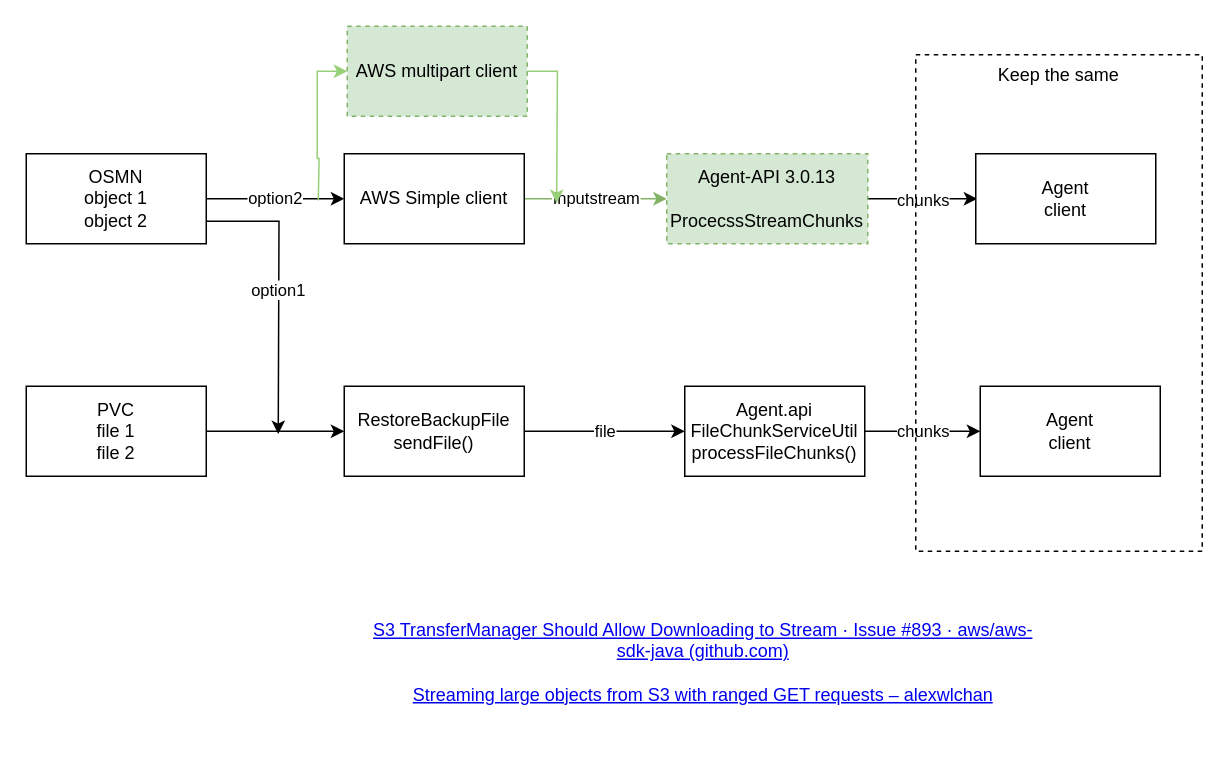
Above: retrive backup demo.drawio in Albert-W/Draw_io (draw.io), before the change. Source tidied: cells renumbered, new cells numbered last; positions are measured from the earlier drawing's top-left corner, leaving out a move shared by most shapes. Both pictures are drawn from the tidied source at 150%, with x=0, y=0 at pixel (26, 26).
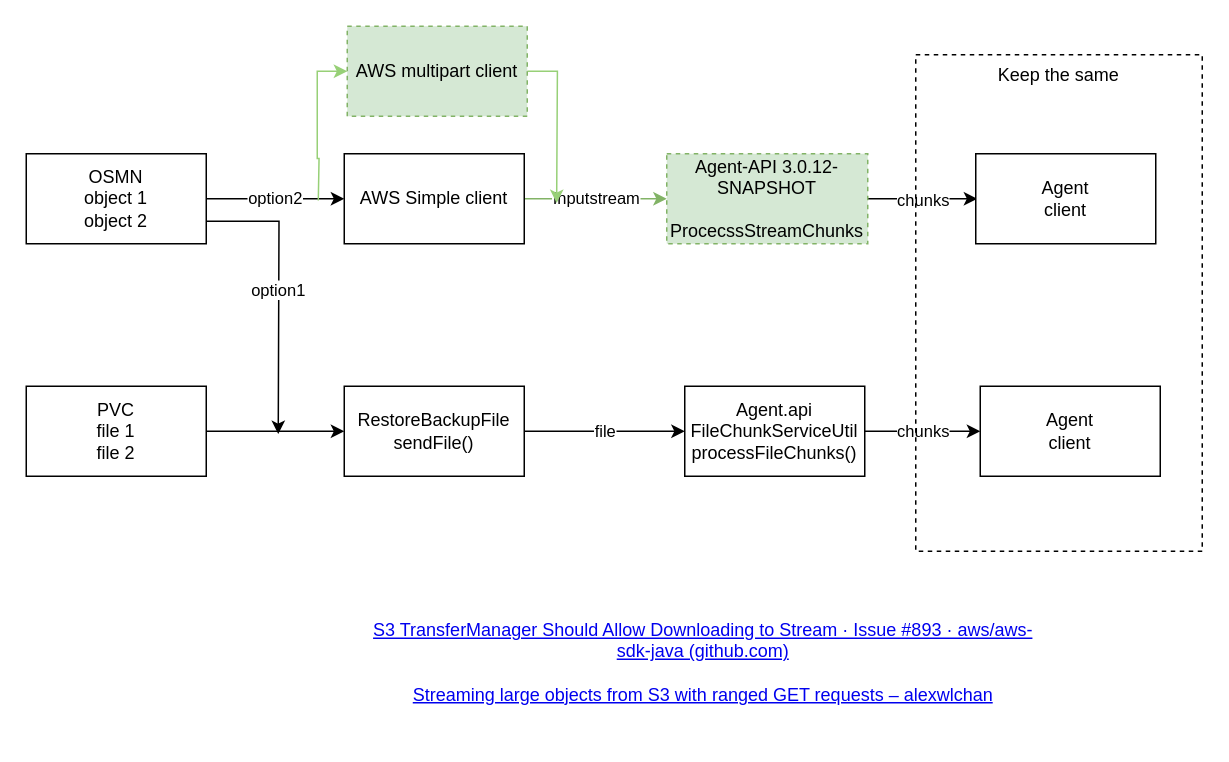
The same page after the edit.

Change to the diagram source:
```diff
@@
-    <mxCell id="15" value="&lt;div&gt;Agent-API 3.0.13&lt;/div&gt;&lt;div&gt;&lt;br&gt;&lt;/div&gt;&lt;div&gt;ProcecssStreamChunks&lt;/div&gt;" style="rounded=0;whiteSpace=wrap;html=1;dashed=1;fillColor=#d5e8d4;strokeColor=#82b366;" parent="1" vertex="1">
+    <mxCell id="15" value="&lt;div&gt;Agent-API 3.0.12-SNAPSHOT&lt;/div&gt;&lt;div&gt;&lt;br&gt;&lt;/div&gt;&lt;div&gt;ProcecssStreamChunks&lt;/div&gt;" style="rounded=0;whiteSpace=wrap;html=1;dashed=1;fillColor=#d5e8d4;strokeColor=#82b366;" parent="1" vertex="1">
       <mxGeometry x="427" y="85" width="134" height="60" as="geometry" />
     </mxCell>
```
